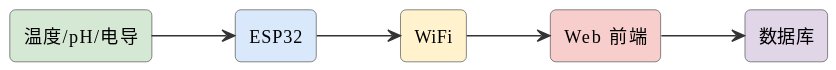
Earlier version of the PlantUML export assets/diagrams/ideas-fig40.svg (mingyi0818/IntelligentMcuCourse).
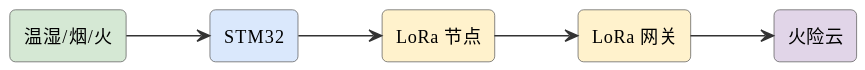
Above is the later version.

Diff of the diagram source:
```diff
@@ -6,13 +6,13 @@
 skinparam arrowFontSize 11
 skinparam arrowColor #333
 left to right direction
-rectangle "温度/pH/电导" as s #d5e8d4
-rectangle "ESP32" as esp #dae8fc
-rectangle "WiFi" as wifi #fff2cc
-rectangle "Web 前端" as web #f8cecc
-rectangle "数据库" as db #e1d5e8
-s --> esp
-esp --> wifi
-wifi --> web
-web --> db
+rectangle "温湿/烟/火" as s #d5e8d4
+rectangle "STM32" as stm #dae8fc
+rectangle "LoRa 节点" as lora #fff2cc
+rectangle "LoRa 网关" as gw #fff2cc
+rectangle "火险云" as cloud #e1d5e8
+s --> stm
+stm --> lora
+lora --> gw
+gw --> cloud
 @enduml
```
